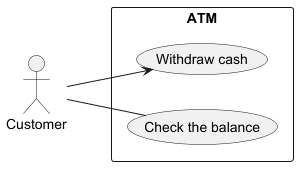
The PlantUML diagram docs/uml/atm.png in abdelmounaim-talbi/tp2-library, before a commit. Source of this version:
```plantuml
@startuml
left to right direction
actor Customer
rectangle "ATM" {
    usecase "Withdraw cash" as Withdraw
    usecase "Check the balance" as Balance
}
Customer --> Withdraw
Customer -- Balance
@enduml
```
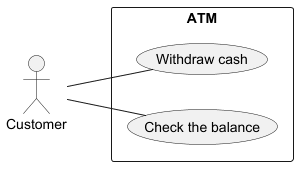
Above is the later version.

Commit message:
Correct TP3 diagrams and add answers

Diff of the diagram source:
```diff
@@ -5,6 +5,6 @@
     usecase "Withdraw cash" as Withdraw
     usecase "Check the balance" as Balance
 }
-Customer --> Withdraw
+Customer -- Withdraw
 Customer -- Balance
 @enduml
```
